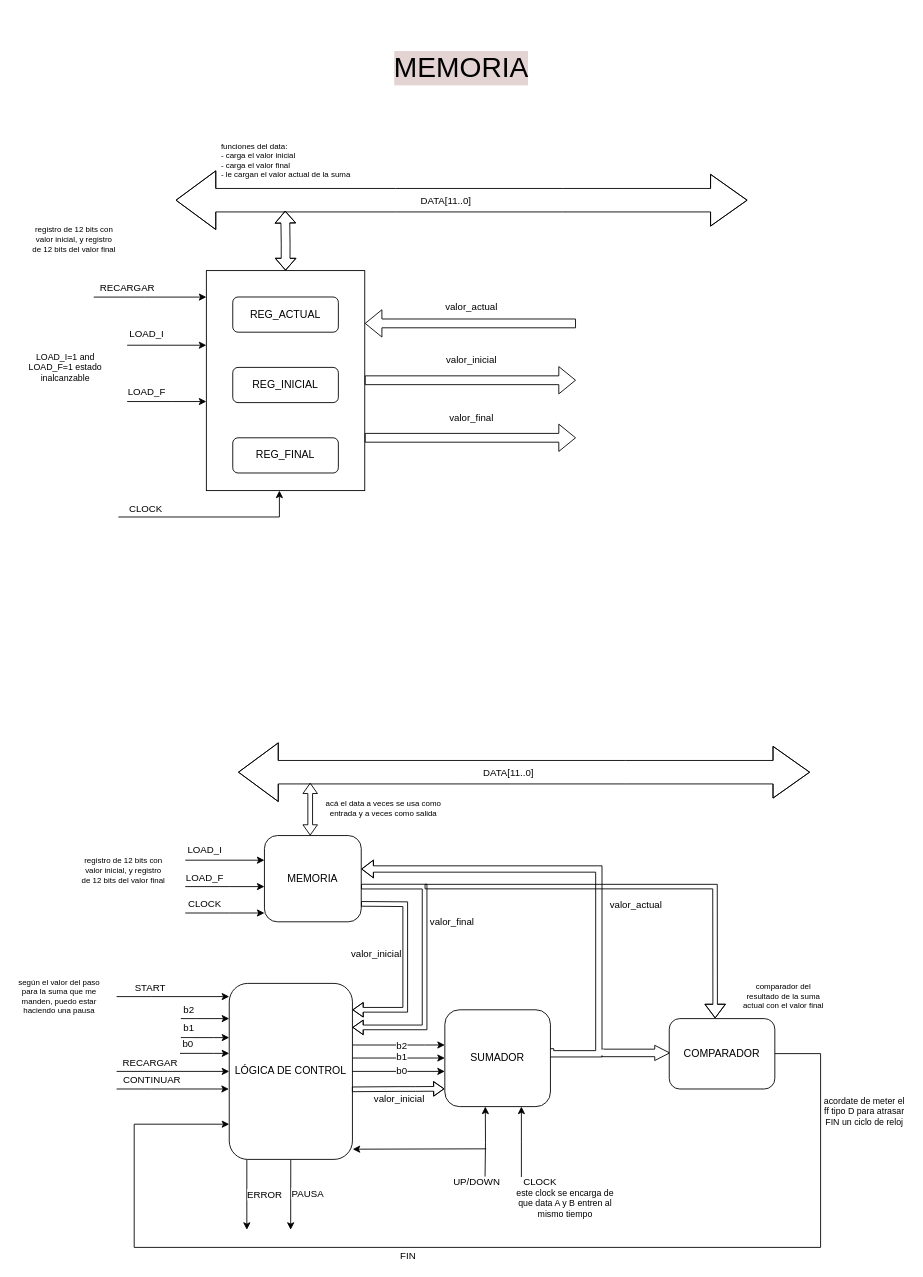
The draw.io diagram page "Memoria" (3 of 4) of Integrador/Integrador.drawio in albertinap/IDL, before the edit. Source tidied: cells renumbered, new cells numbered last; positions are measured from the earlier drawing's top-left corner, leaving out a move shared by most shapes. Both pictures are drawn from the tidied source at 88%, with x=0, y=0 at pixel (15, 41).
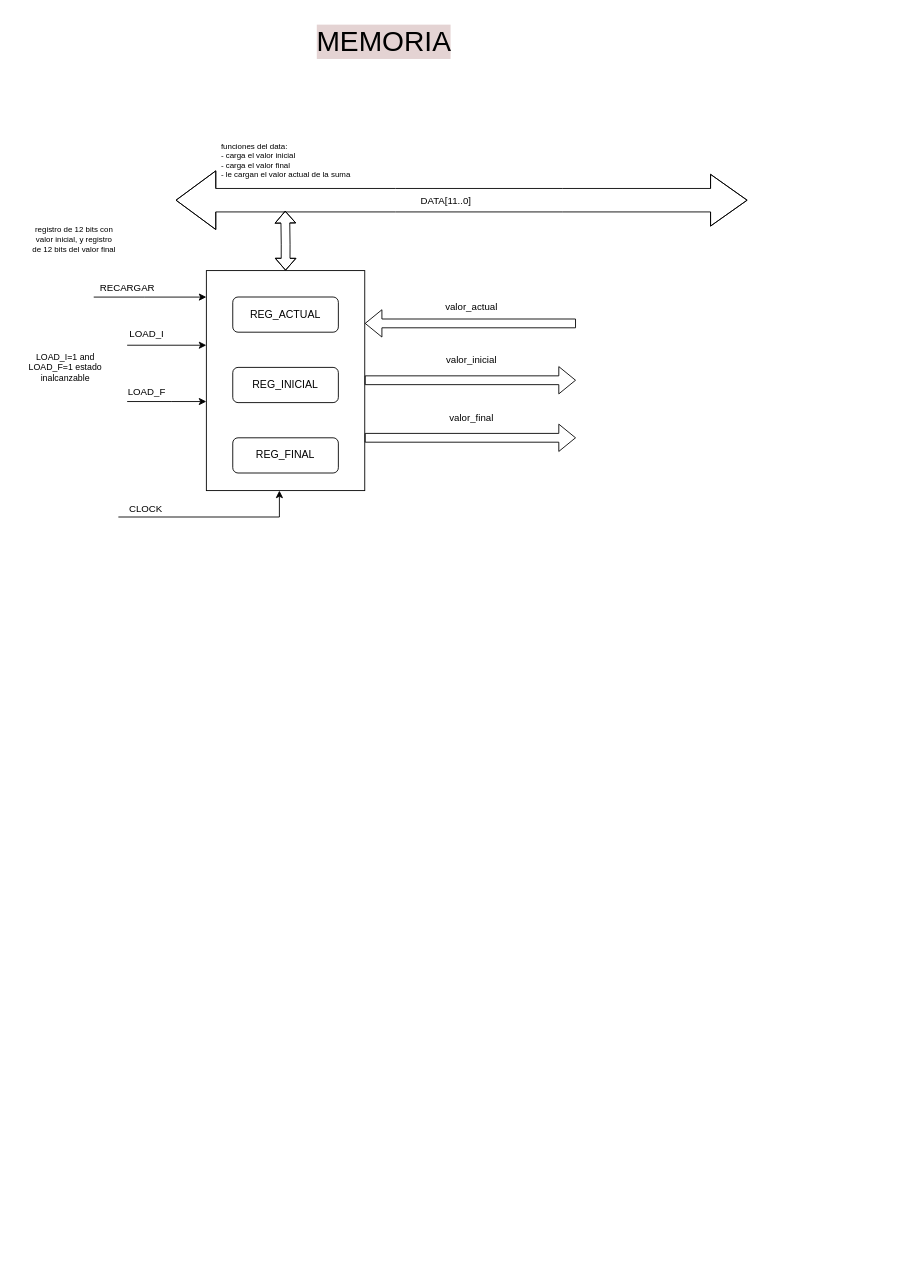
The same diagram, later.

What changed in the source:
```diff
@@
     <mxCell id="3" value="MEMORIA" style="text;html=1;align=center;verticalAlign=middle;whiteSpace=wrap;rounded=0;fontSize=32;labelBackgroundColor=light-dark(#e4d3d3, #ededed);" parent="1" vertex="1">
-      <mxGeometry x="427" width="160" height="60" as="geometry" />
+      <mxGeometry x="339" y="-30" width="160" height="60" as="geometry" />
     </mxCell>
@@
-    <mxCell id="16" value="valor_actual" style="edgeStyle=orthogonalEdgeStyle;rounded=0;jettySize=auto;html=1;shape=flexArrow;width=7.2;endSize=4.112;endWidth=11.92;exitX=1.001;exitY=0.397;exitDx=0;exitDy=0;exitPerimeter=0;" parent="1" edge="1" source="17" target="46">
-      <mxGeometry x="-0.15" y="-42" relative="1" as="geometry">
-        <Array as="points">
-          <mxPoint x="663" y="1150" />
-          <mxPoint x="663" y="940" />
-        </Array>
-      </mxGeometry>
-    </mxCell>
-    <mxCell id="17" value="SUMADOR" style="rounded=1;whiteSpace=wrap;html=1;" parent="1" vertex="1">
-      <mxGeometry x="488" y="1100" width="120" height="110" as="geometry" />
-    </mxCell>
-    <mxCell id="18" style="edgeStyle=orthogonalEdgeStyle;rounded=0;orthogonalLoop=1;jettySize=auto;html=1;" parent="1" edge="1">
-      <mxGeometry relative="1" as="geometry">
-        <mxPoint x="193" y="930" as="sourcePoint" />
-        <mxPoint x="283" y="930" as="targetPoint" />
-      </mxGeometry>
-    </mxCell>
-    <mxCell id="19" value="LOAD_I" style="edgeLabel;html=1;align=center;verticalAlign=middle;" parent="18" vertex="1">
-      <mxGeometry x="-0.72" y="2" relative="1" as="geometry">
-        <mxPoint x="8" y="-11" as="offset" />
-      </mxGeometry>
-    </mxCell>
-    <mxCell id="20" style="edgeStyle=orthogonalEdgeStyle;rounded=0;orthogonalLoop=1;jettySize=auto;html=1;" parent="1" edge="1">
-      <mxGeometry relative="1" as="geometry">
-        <mxPoint x="193" y="960" as="sourcePoint" />
-        <mxPoint x="283" y="960" as="targetPoint" />
-        <Array as="points">
-          <mxPoint x="243" y="960" />
-          <mxPoint x="243" y="960" />
-        </Array>
-      </mxGeometry>
-    </mxCell>
-    <mxCell id="21" value="LOAD_F" style="edgeLabel;html=1;align=center;verticalAlign=middle;" parent="20" vertex="1">
-      <mxGeometry x="-0.72" y="2" relative="1" as="geometry">
-        <mxPoint x="8" y="-9" as="offset" />
-      </mxGeometry>
-    </mxCell>
-    <mxCell id="22" style="edgeStyle=orthogonalEdgeStyle;rounded=0;jettySize=auto;html=1;" parent="1" edge="1" target="33">
-      <mxGeometry relative="1" as="geometry">
-        <mxPoint x="188" y="1131.6" as="sourcePoint" />
-        <Array as="points">
-          <mxPoint x="225" y="1132" />
-          <mxPoint x="225" y="1132" />
-        </Array>
-      </mxGeometry>
-    </mxCell>
-    <mxCell id="23" value="b1" style="edgeLabel;html=1;align=center;verticalAlign=middle;" parent="22" vertex="1">
-      <mxGeometry x="-0.72" y="2" relative="1" as="geometry">
-        <mxPoint y="-9" as="offset" />
-      </mxGeometry>
-    </mxCell>
-    <mxCell id="24" style="edgeStyle=orthogonalEdgeStyle;rounded=0;jettySize=auto;html=1;" parent="1" edge="1" target="33">
-      <mxGeometry relative="1" as="geometry">
-        <mxPoint x="188" y="1110" as="sourcePoint" />
-        <Array as="points">
-          <mxPoint x="205" y="1110" />
-          <mxPoint x="205" y="1110" />
-        </Array>
-      </mxGeometry>
-    </mxCell>
-    <mxCell id="25" value="b2" style="edgeLabel;html=1;align=center;verticalAlign=middle;" parent="24" vertex="1">
-      <mxGeometry x="-0.72" y="2" relative="1" as="geometry">
-        <mxPoint y="-9" as="offset" />
-      </mxGeometry>
-    </mxCell>
-    <mxCell id="26" style="edgeStyle=orthogonalEdgeStyle;rounded=0;orthogonalLoop=1;jettySize=auto;html=1;" parent="1" edge="1">
-      <mxGeometry relative="1" as="geometry">
-        <mxPoint x="533.7" y="1290" as="sourcePoint" />
-        <mxPoint x="534" y="1210" as="targetPoint" />
-      </mxGeometry>
-    </mxCell>
-    <mxCell id="27" value="UP/DOWN" style="edgeLabel;html=1;align=center;verticalAlign=middle;" parent="26" vertex="1">
-      <mxGeometry x="-0.72" y="2" relative="1" as="geometry">
-        <mxPoint x="-8" y="17" as="offset" />
-      </mxGeometry>
-    </mxCell>
-    <mxCell id="28" style="shape=flexArrow;endArrow=classic;startArrow=classic;html=1;rounded=0;width=26.666666666666668;endSize=13.521212121212121;endWidth=31.11111111111111;startSize=14.733333333333333;startWidth=38.98989898989899;" parent="1" edge="1">
-      <mxGeometry relative="1" as="geometry">
-        <mxPoint x="253" y="830" as="sourcePoint" />
-        <mxPoint x="903" y="830" as="targetPoint" />
-        <Array as="points">
-          <mxPoint x="503" y="830" />
-          <mxPoint x="693" y="830" />
-        </Array>
-      </mxGeometry>
-    </mxCell>
-    <mxCell id="29" value="DATA[11..0]" style="edgeLabel;html=1;align=center;verticalAlign=middle;" parent="28" vertex="1">
-      <mxGeometry x="-0.1" y="-1" relative="1" as="geometry">
-        <mxPoint x="13" y="-1" as="offset" />
-      </mxGeometry>
-    </mxCell>
-    <mxCell id="30" style="edgeStyle=orthogonalEdgeStyle;rounded=0;orthogonalLoop=1;jettySize=auto;html=1;exitX=1;exitY=0.5;exitDx=0;exitDy=0;" parent="1" edge="1">
-      <mxGeometry relative="1" as="geometry">
-        <mxPoint x="383" y="1140" as="sourcePoint" />
-        <mxPoint x="488" y="1140" as="targetPoint" />
-        <Array as="points">
-          <mxPoint x="465" y="1140" />
-          <mxPoint x="465" y="1140" />
-        </Array>
-      </mxGeometry>
-    </mxCell>
-    <mxCell id="31" value="b2" style="edgeLabel;html=1;align=center;verticalAlign=middle;" parent="30" vertex="1">
-      <mxGeometry x="0.04" relative="1" as="geometry" />
-    </mxCell>
-    <mxCell id="32" value="PAUSA" style="edgeStyle=orthogonalEdgeStyle;rounded=0;orthogonalLoop=1;jettySize=auto;html=1;exitX=0.5;exitY=1;exitDx=0;exitDy=0;" parent="1" edge="1">
-      <mxGeometry x="0.01" y="19" relative="1" as="geometry">
-        <mxPoint x="312.9" y="1270" as="sourcePoint" />
-        <mxPoint x="312.8" y="1350" as="targetPoint" />
-        <Array as="points">
-          <mxPoint x="312.9" y="1290" />
-          <mxPoint x="312.9" y="1290" />
-        </Array>
-        <mxPoint y="-1" as="offset" />
-      </mxGeometry>
-    </mxCell>
-    <mxCell id="33" value="LÓGICA DE CONTROL" style="rounded=1;whiteSpace=wrap;html=1;" parent="1" vertex="1">
-      <mxGeometry x="243" y="1070" width="140" height="200" as="geometry" />
-    </mxCell>
-    <mxCell id="34" style="endArrow=classic;html=1;rounded=0;entryX=0;entryY=0.5;entryDx=0;entryDy=0;shape=flexArrow;width=8.539325842696629;endSize=5.324719101123596;endWidth=7.75013520822066;" parent="1" edge="1">
-      <mxGeometry relative="1" as="geometry">
-        <mxPoint x="666" y="1149" as="sourcePoint" />
-        <mxPoint x="744" y="1149" as="targetPoint" />
-      </mxGeometry>
-    </mxCell>
-    <mxCell id="35" value="FIN" style="edgeStyle=orthogonalEdgeStyle;rounded=0;jettySize=auto;html=1;" parent="1" edge="1" target="33">
-      <mxGeometry x="0.14" y="10" relative="1" as="geometry">
-        <mxPoint x="863" y="1149.8" as="sourcePoint" />
-        <Array as="points">
-          <mxPoint x="915" y="1150" />
-          <mxPoint x="915" y="1370" />
-          <mxPoint x="135" y="1370" />
-          <mxPoint x="135" y="1230" />
-        </Array>
-      </mxGeometry>
-    </mxCell>
-    <mxCell id="36" value="ERROR" style="edgeStyle=orthogonalEdgeStyle;rounded=0;orthogonalLoop=1;jettySize=auto;html=1;exitX=0;exitY=1;exitDx=0;exitDy=0;" parent="1" edge="1">
-      <mxGeometry y="20" relative="1" as="geometry">
-        <mxPoint x="263" y="1270" as="sourcePoint" />
-        <mxPoint x="263" y="1350" as="targetPoint" />
-        <Array as="points">
-          <mxPoint x="263" y="1350" />
-          <mxPoint x="263" y="1350" />
-        </Array>
-      </mxGeometry>
-    </mxCell>
-    <mxCell id="37" value="COMPARADOR" style="rounded=1;whiteSpace=wrap;html=1;" parent="1" vertex="1">
-      <mxGeometry x="743" y="1110" width="120" height="80" as="geometry" />
-    </mxCell>
-    <mxCell id="38" value="comparador del resultado de la suma actual con el valor final" style="text;html=1;align=center;verticalAlign=middle;whiteSpace=wrap;rounded=0;fontSize=9;" parent="1" vertex="1">
-      <mxGeometry x="823" y="1060" width="100" height="50" as="geometry" />
-    </mxCell>
-    <mxCell id="39" value="según el valor del paso para la suma que me manden, puedo estar haciendo una pausa" style="text;html=1;align=center;verticalAlign=middle;whiteSpace=wrap;rounded=0;fontSize=9;" parent="1" vertex="1">
-      <mxGeometry y="1060" width="100" height="50" as="geometry" />
-    </mxCell>
-    <mxCell id="40" value="CONTINUAR" style="endArrow=classic;html=1;rounded=0;entryX=-0.003;entryY=0.6;entryDx=0;entryDy=0;entryPerimeter=0;" parent="1" edge="1" target="33">
-      <mxGeometry x="-0.37" y="10" relative="1" as="geometry">
-        <mxPoint x="115" y="1190" as="sourcePoint" />
-        <Array as="points">
-          <mxPoint x="155" y="1190" />
-        </Array>
-      </mxGeometry>
-    </mxCell>
-    <mxCell id="41" style="edgeStyle=orthogonalEdgeStyle;rounded=0;jettySize=auto;html=1;" parent="1" edge="1" target="33">
-      <mxGeometry relative="1" as="geometry">
-        <mxPoint x="115" y="1170" as="sourcePoint" />
-        <Array as="points">
-          <mxPoint x="173" y="1170" />
-        </Array>
-      </mxGeometry>
-    </mxCell>
-    <mxCell id="42" value="RECARGAR" style="edgeLabel;html=1;align=center;verticalAlign=middle;" parent="41" vertex="1">
-      <mxGeometry x="-0.72" y="2" relative="1" as="geometry">
-        <mxPoint x="19" y="-9" as="offset" />
-      </mxGeometry>
-    </mxCell>
-    <mxCell id="43" style="edgeStyle=orthogonalEdgeStyle;rounded=0;jettySize=auto;html=1;" parent="1" edge="1" target="33">
-      <mxGeometry relative="1" as="geometry">
-        <mxPoint x="115" y="1085" as="sourcePoint" />
-        <Array as="points">
-          <mxPoint x="155" y="1085" />
-          <mxPoint x="155" y="1085" />
-        </Array>
-      </mxGeometry>
-    </mxCell>
-    <mxCell id="44" value="START" style="edgeLabel;html=1;align=center;verticalAlign=middle;" parent="43" vertex="1">
-      <mxGeometry x="-0.72" y="2" relative="1" as="geometry">
-        <mxPoint x="19" y="-9" as="offset" />
-      </mxGeometry>
-    </mxCell>
-    <mxCell id="45" style="endArrow=classic;html=1;rounded=0;entryX=1.002;entryY=0.942;entryDx=0;entryDy=0;entryPerimeter=0;" parent="1" edge="1" target="33">
-      <mxGeometry relative="1" as="geometry">
-        <mxPoint x="535" y="1258" as="sourcePoint" />
-      </mxGeometry>
-    </mxCell>
-    <mxCell id="46" value="MEMORIA" style="rounded=1;whiteSpace=wrap;html=1;" parent="1" vertex="1">
-      <mxGeometry x="283" y="902" width="110" height="98" as="geometry" />
-    </mxCell>
-    <mxCell id="47" value="registro de 12 bits con valor inicial, y registro de 12 bits del valor final" style="text;html=1;align=center;verticalAlign=middle;whiteSpace=wrap;rounded=0;fontSize=9;" parent="1" vertex="1">
-      <mxGeometry x="73" y="917" width="100" height="50" as="geometry" />
-    </mxCell>
-    <mxCell id="48" value="acá el data a veces se usa como entrada y a veces como salida" style="text;html=1;align=center;verticalAlign=middle;whiteSpace=wrap;rounded=0;fontSize=9;" parent="1" vertex="1">
-      <mxGeometry x="349" y="846" width="139" height="50" as="geometry" />
-    </mxCell>
-    <mxCell id="49" style="edgeStyle=orthogonalEdgeStyle;rounded=0;jettySize=auto;html=1;" parent="1" edge="1" target="33">
-      <mxGeometry relative="1" as="geometry">
-        <mxPoint x="187" y="1149.5" as="sourcePoint" />
-        <Array as="points">
-          <mxPoint x="225" y="1150" />
-          <mxPoint x="225" y="1150" />
-        </Array>
-      </mxGeometry>
-    </mxCell>
-    <mxCell id="50" value="b0" style="edgeLabel;html=1;align=center;verticalAlign=middle;" parent="49" vertex="1">
-      <mxGeometry x="-0.72" y="2" relative="1" as="geometry">
-        <mxPoint y="-9" as="offset" />
-      </mxGeometry>
-    </mxCell>
-    <mxCell id="51" style="edgeStyle=orthogonalEdgeStyle;rounded=0;orthogonalLoop=1;jettySize=auto;html=1;" parent="1" edge="1">
-      <mxGeometry relative="1" as="geometry">
-        <mxPoint x="193" y="990" as="sourcePoint" />
-        <mxPoint x="283" y="990" as="targetPoint" />
-        <Array as="points">
-          <mxPoint x="243" y="990" />
-          <mxPoint x="243" y="990" />
-        </Array>
-      </mxGeometry>
-    </mxCell>
-    <mxCell id="52" value="CLOCK" style="edgeLabel;html=1;align=center;verticalAlign=middle;" parent="51" vertex="1">
-      <mxGeometry x="-0.72" y="2" relative="1" as="geometry">
-        <mxPoint x="8" y="-9" as="offset" />
-      </mxGeometry>
-    </mxCell>
-    <mxCell id="53" style="shape=flexArrow;endArrow=classic;startArrow=classic;html=1;rounded=0;width=5.348837209302326;endSize=3.5813953488372094;endWidth=10.151433207138995;startWidth=10.151433207138995;startSize=3.5813953488372094;" parent="1" edge="1">
-      <mxGeometry relative="1" as="geometry">
-        <mxPoint x="335" y="902" as="sourcePoint" />
-        <mxPoint x="335" y="842" as="targetPoint" />
-      </mxGeometry>
-    </mxCell>
-    <mxCell id="54" style="shape=flexArrow;endArrow=none;startArrow=classic;html=1;rounded=0;width=5.348837209302326;endSize=3.5813953488372094;endWidth=10.151433207138995;startWidth=10.151433207138995;startSize=3.5813953488372094;entryX=0.998;entryY=0.592;entryDx=0;entryDy=0;entryPerimeter=0;endFill=0;" parent="1" edge="1" target="46">
-      <mxGeometry relative="1" as="geometry">
-        <mxPoint x="383" y="1120" as="sourcePoint" />
-        <Array as="points">
-          <mxPoint x="465" y="1120" />
-          <mxPoint x="465" y="960" />
-        </Array>
-      </mxGeometry>
-    </mxCell>
-    <mxCell id="55" value="valor_final" style="edgeLabel;html=1;align=center;verticalAlign=middle;" parent="54" vertex="1">
-      <mxGeometry x="0.29" relative="1" as="geometry">
-        <mxPoint x="30" as="offset" />
-      </mxGeometry>
-    </mxCell>
-    <mxCell id="56" style="shape=flexArrow;endArrow=none;startArrow=classic;html=1;rounded=0;width=5.348837209302326;endSize=3.5813953488372094;endWidth=10.151433207138995;startWidth=10.151433207138995;startSize=3.5813953488372094;entryX=0.998;entryY=0.792;entryDx=0;entryDy=0;entryPerimeter=0;endFill=0;" parent="1" edge="1" target="46">
-      <mxGeometry relative="1" as="geometry">
-        <mxPoint x="383" y="1100" as="sourcePoint" />
-        <Array as="points">
-          <mxPoint x="443" y="1100" />
-          <mxPoint x="443" y="980" />
-        </Array>
-      </mxGeometry>
-    </mxCell>
-    <mxCell id="57" value="valor_inicial" style="edgeLabel;html=1;align=center;verticalAlign=middle;" parent="56" vertex="1">
-      <mxGeometry x="0.17" y="1" relative="1" as="geometry">
-        <mxPoint x="-33" y="10" as="offset" />
-      </mxGeometry>
-    </mxCell>
-    <mxCell id="58" style="edgeStyle=orthogonalEdgeStyle;rounded=0;orthogonalLoop=1;jettySize=auto;html=1;exitX=1;exitY=0.5;exitDx=0;exitDy=0;entryX=0;entryY=0.5;entryDx=0;entryDy=0;" parent="1" edge="1">
-      <mxGeometry relative="1" as="geometry">
-        <mxPoint x="383" y="1170" as="sourcePoint" />
-        <mxPoint x="488" y="1170" as="targetPoint" />
-      </mxGeometry>
-    </mxCell>
-    <mxCell id="59" value="b0" style="edgeLabel;html=1;align=center;verticalAlign=middle;" parent="58" vertex="1">
-      <mxGeometry x="0.01" y="1" relative="1" as="geometry">
-        <mxPoint x="2" as="offset" />
-      </mxGeometry>
-    </mxCell>
-    <mxCell id="60" style="edgeStyle=orthogonalEdgeStyle;rounded=0;orthogonalLoop=1;jettySize=auto;html=1;exitX=1;exitY=0.5;exitDx=0;exitDy=0;entryX=0;entryY=0.5;entryDx=0;entryDy=0;" parent="1" edge="1">
-      <mxGeometry relative="1" as="geometry">
-        <mxPoint x="383" y="1154.8" as="sourcePoint" />
-        <mxPoint x="488" y="1154.8" as="targetPoint" />
-      </mxGeometry>
-    </mxCell>
-    <mxCell id="61" value="b1" style="edgeLabel;html=1;align=center;verticalAlign=middle;" parent="60" vertex="1">
-      <mxGeometry x="0.05" y="1" relative="1" as="geometry" />
-    </mxCell>
-    <mxCell id="62" style="shape=flexArrow;endArrow=none;startArrow=classic;html=1;rounded=0;width=5.348837209302326;endSize=3.5813953488372094;endWidth=10.151433207138995;startWidth=10.151433207138995;startSize=3.5813953488372094;endFill=0;exitX=-0.004;exitY=0.816;exitDx=0;exitDy=0;exitPerimeter=0;entryX=0.996;entryY=0.602;entryDx=0;entryDy=0;entryPerimeter=0;" parent="1" edge="1" source="17" target="33">
-      <mxGeometry relative="1" as="geometry">
-        <Array as="points">
-          <mxPoint x="455" y="1190" />
-          <mxPoint x="435" y="1190" />
-        </Array>
-      </mxGeometry>
-    </mxCell>
-    <mxCell id="63" value="valor_inicial" style="edgeLabel;html=1;align=center;verticalAlign=middle;" parent="62" vertex="1">
-      <mxGeometry x="0.22" y="2" relative="1" as="geometry">
-        <mxPoint x="12" y="8" as="offset" />
-      </mxGeometry>
-    </mxCell>
-    <mxCell id="64" style="endArrow=none;html=1;rounded=0;strokeColor=#FFFFFF;strokeWidth=5;" parent="1" edge="1">
-      <mxGeometry relative="1" as="geometry">
-        <mxPoint x="666" y="1152" as="sourcePoint" />
-        <mxPoint x="666" y="1145" as="targetPoint" />
-      </mxGeometry>
-    </mxCell>
-    <mxCell id="65" style="edgeStyle=orthogonalEdgeStyle;rounded=0;jettySize=auto;html=1;" parent="1" edge="1" target="17">
-      <mxGeometry relative="1" as="geometry">
-        <mxPoint x="575" y="1290" as="sourcePoint" />
-        <Array as="points">
-          <mxPoint x="575" y="1250" />
-          <mxPoint x="575" y="1250" />
-        </Array>
-      </mxGeometry>
-    </mxCell>
-    <mxCell id="66" value="CLOCK" style="edgeLabel;html=1;align=center;verticalAlign=middle;" parent="65" vertex="1">
-      <mxGeometry x="-0.72" y="2" relative="1" as="geometry">
-        <mxPoint x="22" y="16" as="offset" />
-      </mxGeometry>
-    </mxCell>
-    <mxCell id="67" value="este clock se encarga de que data A y B entren al mismo tiempo" style="text;html=1;align=center;verticalAlign=middle;whiteSpace=wrap;rounded=0;fontSize=10;" parent="1" vertex="1">
-      <mxGeometry x="565" y="1300" width="120" height="40" as="geometry" />
-    </mxCell>
-    <mxCell id="68" style="endArrow=classic;html=1;rounded=0;shape=flexArrow;entryX=0.435;entryY=-0.003;entryDx=0;entryDy=0;entryPerimeter=0;width=5.142857142857143;endSize=4.851428571428571;endWidth=17.06122448979592;" parent="1" edge="1" target="37">
-      <mxGeometry relative="1" as="geometry">
-        <mxPoint x="465" y="960" as="sourcePoint" />
-        <Array as="points">
-          <mxPoint x="795" y="960" />
-        </Array>
-      </mxGeometry>
-    </mxCell>
-    <mxCell id="69" value="acordate de meter el ff tipo D para atrasar FIN un ciclo de reloj" style="text;html=1;align=center;verticalAlign=middle;whiteSpace=wrap;rounded=0;fontSize=10;" parent="1" vertex="1">
-      <mxGeometry x="915" y="1190" width="100" height="50" as="geometry" />
-    </mxCell>
```
